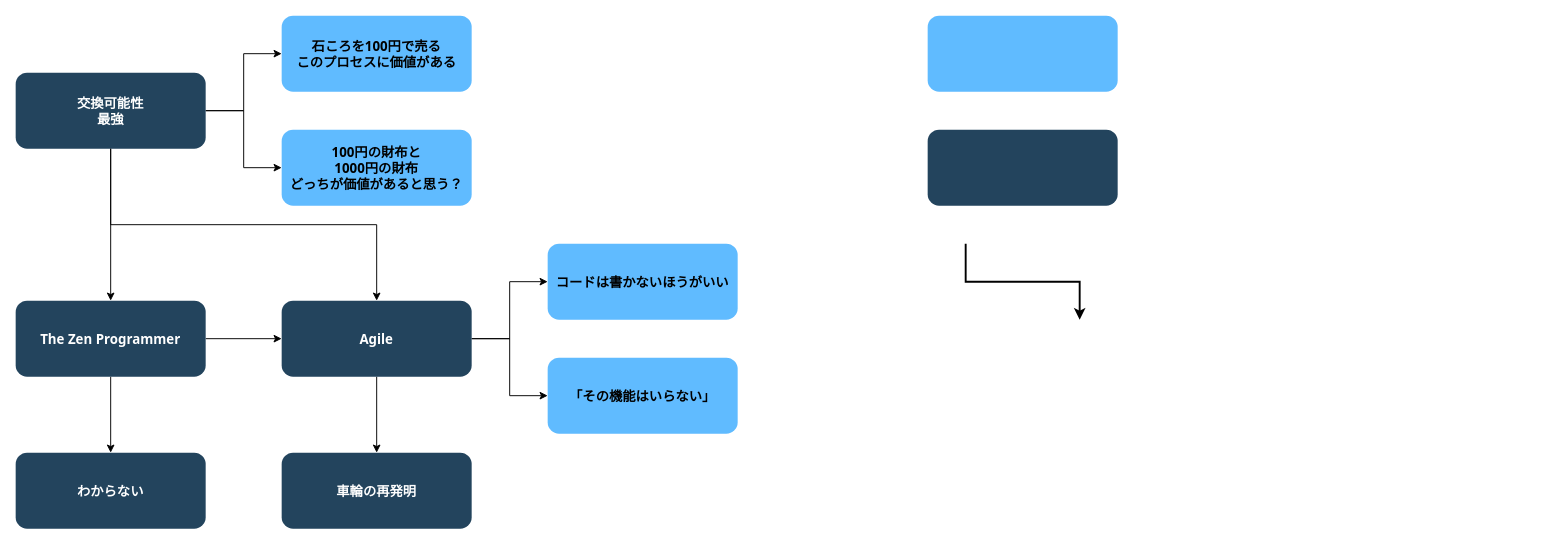
Above: kernel/Untitled Diagram.drawio in minegishirei/draw_v1 (draw.io), before the change. Source tidied: cells renumbered, new cells numbered last; positions are measured from the earlier drawing's top-left corner, leaving out a move shared by most shapes. Both pictures are drawn from the tidied source at 95%, with x=0, y=0 at pixel (15, 15).
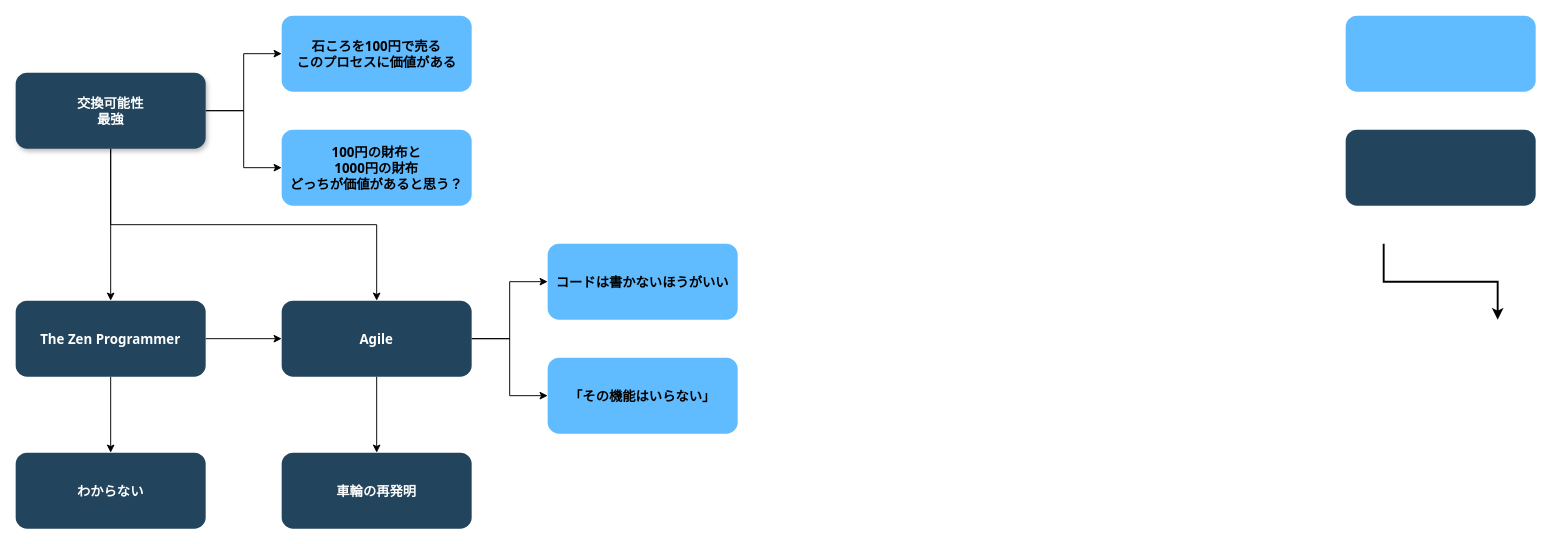
After the change.

Diff of the diagram source:
```diff
@@
-    <mxCell id="5" value="交換可能性&#10;最強" style="rounded=1;fillColor=#23445D;gradientColor=none;strokeColor=none;fontColor=#FFFFFF;fontStyle=1;fontFamily=Tahoma;fontSize=14;" parent="1" vertex="1">
-      <mxGeometry y="60" width="200" height="80" as="geometry" />
-    </mxCell>
@@
     <mxCell id="8" style="rounded=1;fillColor=#60BBFF;gradientColor=none;strokeColor=none;fontColor=black;fontStyle=1;fontFamily=Tahoma;fontSize=14;" parent="1" vertex="1">
-      <mxGeometry x="960" width="200" height="80" as="geometry" />
+      <mxGeometry x="1400" width="200" height="80" as="geometry" />
     </mxCell>
     <mxCell id="9" style="rounded=1;fillColor=#23445D;gradientColor=none;strokeColor=none;fontColor=#FFFFFF;fontStyle=1;fontFamily=Tahoma;fontSize=14;" parent="1" vertex="1">
-      <mxGeometry x="960" y="120" width="200" height="80" as="geometry" />
+      <mxGeometry x="1400" y="120" width="200" height="80" as="geometry" />
     </mxCell>
@@
     <mxCell id="17" style="edgeStyle=elbowEdgeStyle;elbow=vertical;strokeWidth=2;rounded=0;exitX=0.5;exitY=1;exitDx=0;exitDy=0;entryX=0.5;entryY=0;entryDx=0;entryDy=0;" parent="1" edge="1">
-      <mxGeometry x="640" y="500" as="geometry">
-        <mxPoint x="1000" y="240" as="sourcePoint" />
-        <mxPoint x="1120" y="320" as="targetPoint" />
+      <mxGeometry x="600" y="500" as="geometry">
+        <mxPoint x="1440" y="240" as="sourcePoint" />
+        <mxPoint x="1560" y="320" as="targetPoint" />
       </mxGeometry>
     </mxCell>
@@
+    <mxCell id="5" value="交換可能性&#10;最強" style="rounded=1;fillColor=#23445D;gradientColor=none;strokeColor=none;fontColor=#FFFFFF;fontStyle=1;fontFamily=Tahoma;fontSize=14;shadow=1;" parent="1" vertex="1">
+      <mxGeometry y="60" width="200" height="80" as="geometry" />
+    </mxCell>
```
